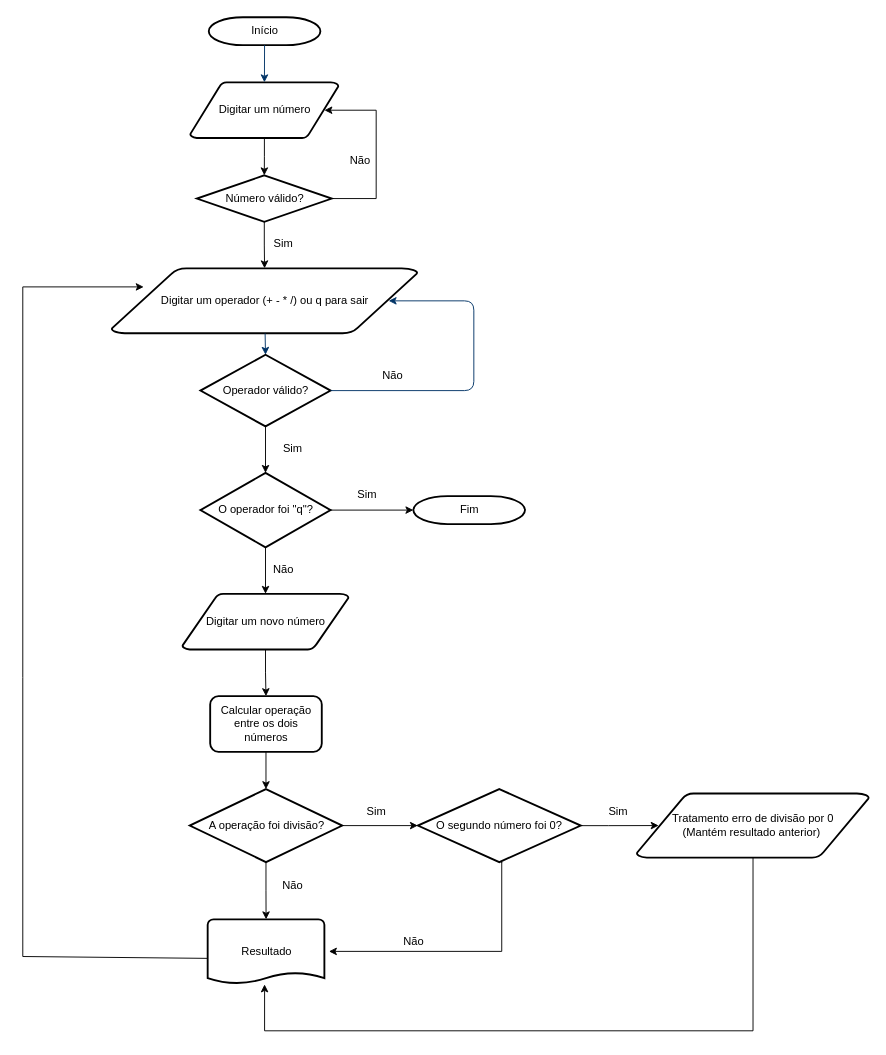
Before: Diagrama sem nome.drawio in igorifsp/Exercicio-Aula-4, a draw.io diagram. Source tidied: cells renumbered, new cells numbered last; positions are measured from the earlier drawing's top-left corner, leaving out a move shared by most shapes. Both pictures are drawn from the tidied source at 93%, with x=0, y=0 at pixel (22, 17).
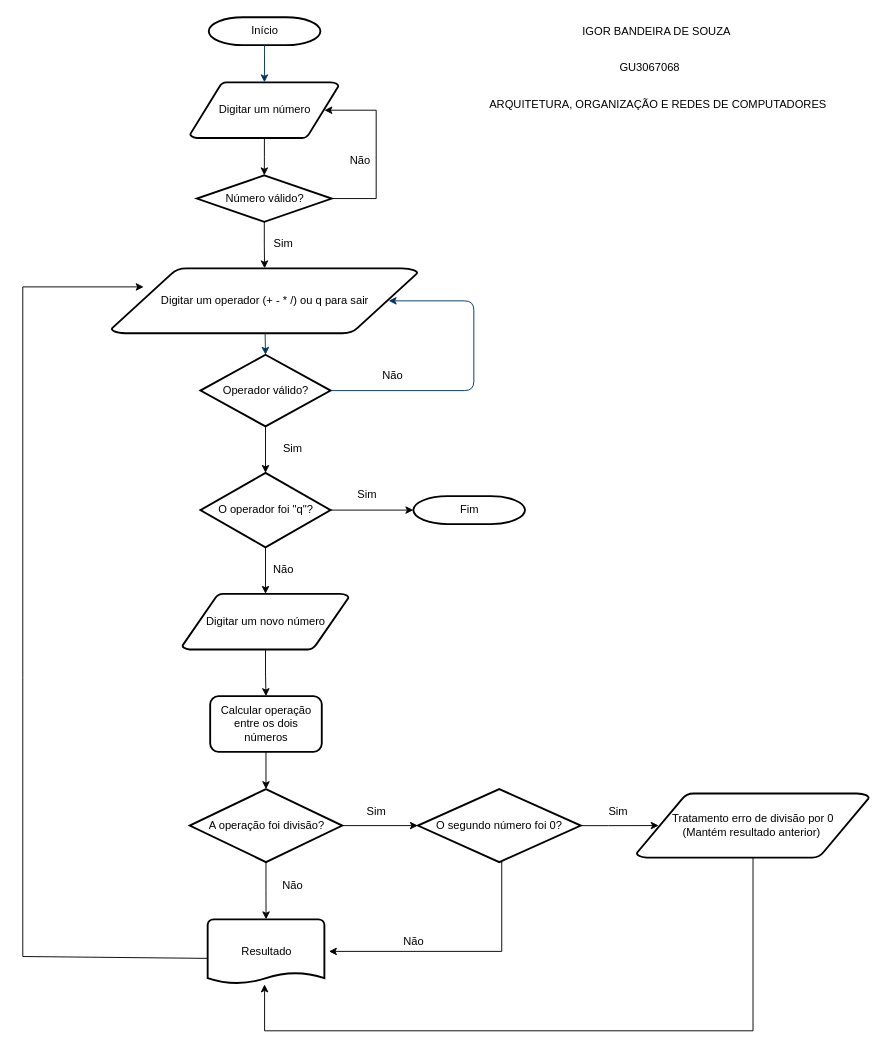
The same page after the edit.

Change to the diagram source:
```diff
@@
+    <mxCell id="42" value="IGOR BANDEIRA DE SOUZA" style="text;fontStyle=0;html=1;strokeColor=none;gradientColor=none;fillColor=none;strokeWidth=2;" parent="1" vertex="1">
+      <mxGeometry x="600" y="2" width="40" height="26" as="geometry" />
+    </mxCell>
+    <mxCell id="43" value="GU3067068" style="text;fontStyle=0;html=1;strokeColor=none;gradientColor=none;fillColor=none;strokeWidth=2;" parent="1" vertex="1">
+      <mxGeometry x="640" y="40" width="40" height="26" as="geometry" />
+    </mxCell>
+    <mxCell id="44" value="ARQUITETURA, ORGANIZAÇÃO E REDES DE COMPUTADORES" style="text;fontStyle=0;html=1;strokeColor=none;gradientColor=none;fillColor=none;strokeWidth=2;" parent="1" vertex="1">
+      <mxGeometry x="500" y="80" width="40" height="26" as="geometry" />
+    </mxCell>
```
